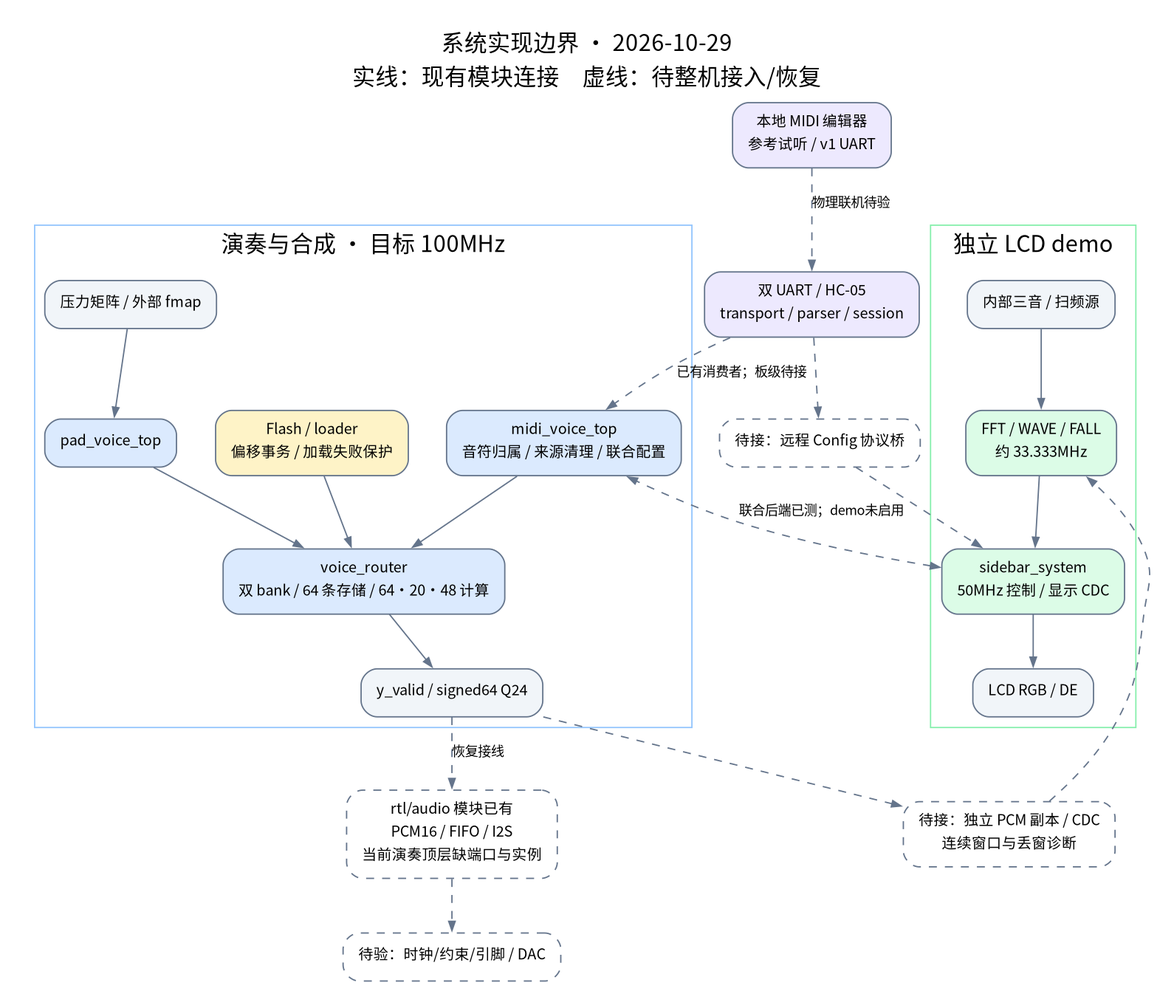
This is docs/diagrams/architecture_overview.png from rubbishbro/FPGA_IDC_2026, a Graphviz export, as it was before one commit. Its source is kept beside it as docs/diagrams/architecture_overview.dot.
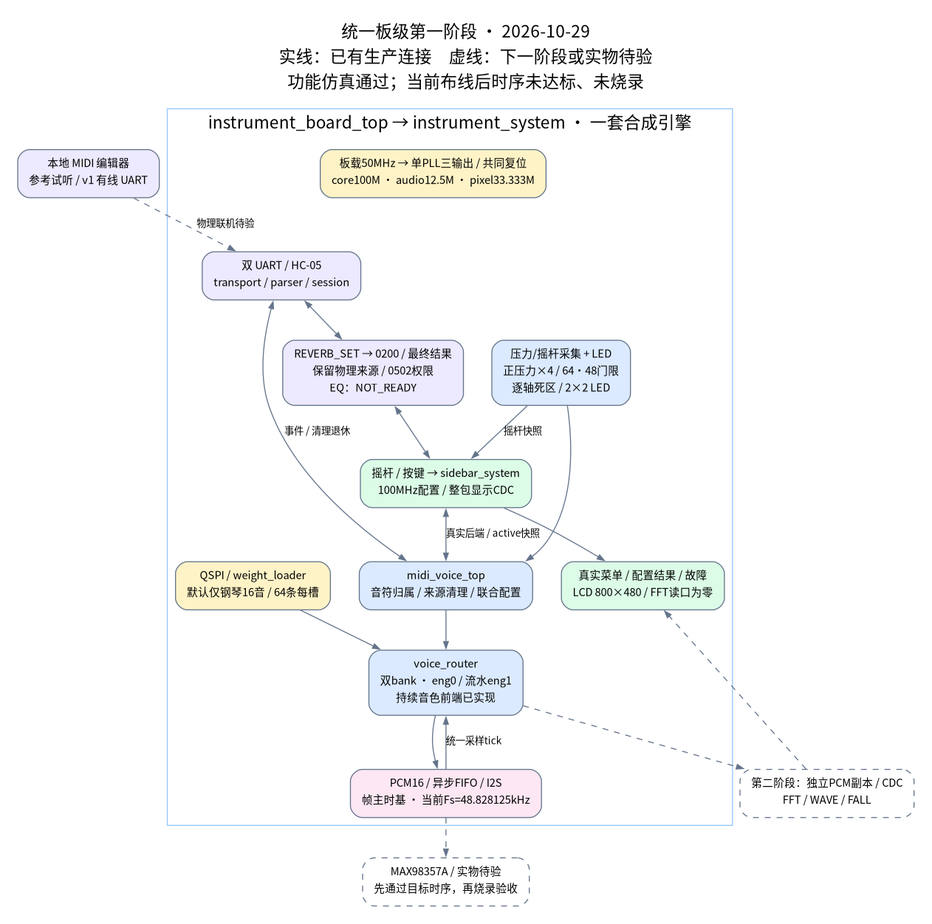
The same diagram one commit later.

Diff of the diagram source:
```diff
@@ -3,31 +3,27 @@
 node [shape=box,style="rounded,filled",fontname="Noto Sans CJK SC",fontsize=11,margin="0.16,0.10",color="#64748b",fillcolor="#f1f5f9"];
 edge [fontname="Noto Sans CJK SC",fontsize=10,color="#64748b",arrowsize=0.7];
 
-label="系统实现边界 · 2026-10-29\n实线：现有模块连接　虚线：待整机接入/恢复";labelloc=t;
-host [label="本地 MIDI 编辑器\n参考试听 / v1 UART",fillcolor="#ede9fe"];
-phy [label="双 UART / HC-05\ntransport / parser / session",fillcolor="#ede9fe"];
-subgraph cluster_synth {label="演奏与合成 · 目标 100MHz";color="#93c5fd";
- pad [label="压力矩阵 / 外部 fmap"];
- pt [label="pad_voice_top",fillcolor="#dbeafe"];
+label="统一板级第一阶段 · 2026-10-29\n实线：已有生产连接　虚线：下一阶段或实物待验\n功能仿真通过；当前布线后时序未达标、未烧录";labelloc=t;
+host [label="本地 MIDI 编辑器\n参考试听 / v1 有线 UART",fillcolor="#ede9fe"];
+subgraph cluster_board {label="instrument_board_top → instrument_system · 一套合成引擎";color="#93c5fd";
+ clock [label="板载50MHz → 单PLL三输出 / 共同复位\ncore100M · audio12.5M · pixel33.333M",fillcolor="#fef3c7"];
+ pad [label="压力/摇杆采集 + LED\n正压力×4 / 64·48门限\n逐轴死区 / 2×2 LED",fillcolor="#dbeafe"];
+ comm [label="双 UART / HC-05\ntransport / parser / session",fillcolor="#ede9fe"];
+ bridge [label="REVERB_SET → 0200 / 最终结果\n保留物理来源 / 0502权限\nEQ：NOT_READY",fillcolor="#ede9fe"];
+ side [label="摇杆 / 按键 → sidebar_system\n100MHz配置 / 整包显示CDC",fillcolor="#dcfce7"];
  mt [label="midi_voice_top\n音符归属 / 来源清理 / 联合配置",fillcolor="#dbeafe"];
- vr [label="voice_router\n双 bank / 64 条存储 / 64·20·48 计算",fillcolor="#dbeafe"];
- y [label="y_valid / signed64 Q24"];
- flash [label="Flash / loader\n偏移事务 / 加载失败保护",fillcolor="#fef3c7"];
- pad -> pt -> vr;mt -> vr;flash -> vr;vr -> y;
+ flash [label="QSPI / weight_loader\n默认仅钢琴16音 / 64条每槽",fillcolor="#fef3c7"];
+ vr [label="voice_router\n双bank · eng0 / 流水eng1\n持续音色前端已实现",fillcolor="#dbeafe"];
+ audio [label="PCM16 / 异步FIFO / I2S\n帧主时基 · 当前Fs=48.828125kHz",fillcolor="#fce7f3"];
+ lcd [label="真实菜单 / 配置结果 / 故障\nLCD 800×480 / FFT读口为零",fillcolor="#dcfce7"];
+ clock -> pad [style=invis];clock -> comm [style=invis];
+ pad -> mt;comm -> mt [dir=both,label="事件 / 清理退休"];
+ comm -> bridge [dir=both];bridge -> side [dir=both];pad -> side [label="摇杆快照"];
+ side -> mt [dir=both,label="真实后端 / active快照"];
+ flash -> vr;mt -> vr -> audio;audio -> vr [label="统一采样tick"];
+ side -> lcd;
 }
-subgraph cluster_display {label="独立 LCD demo";color="#86efac";
- source [label="内部三音 / 扫频源"];
- fft [label="FFT / WAVE / FALL\n约 33.333MHz",fillcolor="#dcfce7"];
- side [label="sidebar_system\n50MHz 控制 / 显示 CDC",fillcolor="#dcfce7"];
- lcd [label="LCD RGB / DE"];
- source -> fft -> side -> lcd;
+dac [label="MAX98357A / 实物待验\n先通过目标时序，再烧录验收",fillcolor="#fff7ed",style="rounded,dashed"];
+tap [label="第二阶段：独立PCM副本 / CDC\nFFT / WAVE / FALL",fillcolor="#fff7ed",style="rounded,dashed"];
+host -> comm [style=dashed,label="物理联机待验"];audio -> dac [style=dashed];vr -> tap [style=dashed];tap -> lcd [style=dashed];
 }
-audio [label="rtl/audio 模块已有\nPCM16 / FIFO / I2S\n当前演奏顶层缺端口与实例",fillcolor="#fff7ed",style="rounded,dashed"];
-dac [label="待验：时钟/约束/引脚 / DAC",fillcolor="#fff7ed",style="rounded,dashed"];
-tap [label="待接：独立 PCM 副本 / CDC\n连续窗口与丢窗诊断",fillcolor="#fff7ed",style="rounded,dashed"];
-bridge [label="待接：远程 Config 协议桥",fillcolor="#fff7ed",style="rounded,dashed"];
-host -> phy [style=dashed,label="物理联机待验"];phy -> mt [style=dashed,label="已有消费者；板级待接"];
-phy -> bridge [style=dashed];bridge -> side [style=dashed];
-side -> mt [style=dashed,dir=both,label="联合后端已测；demo未启用"];
-y -> audio [style=dashed,label="恢复接线"];audio -> dac [style=dashed];y -> tap [style=dashed];tap -> fft [style=dashed];
-}
```
